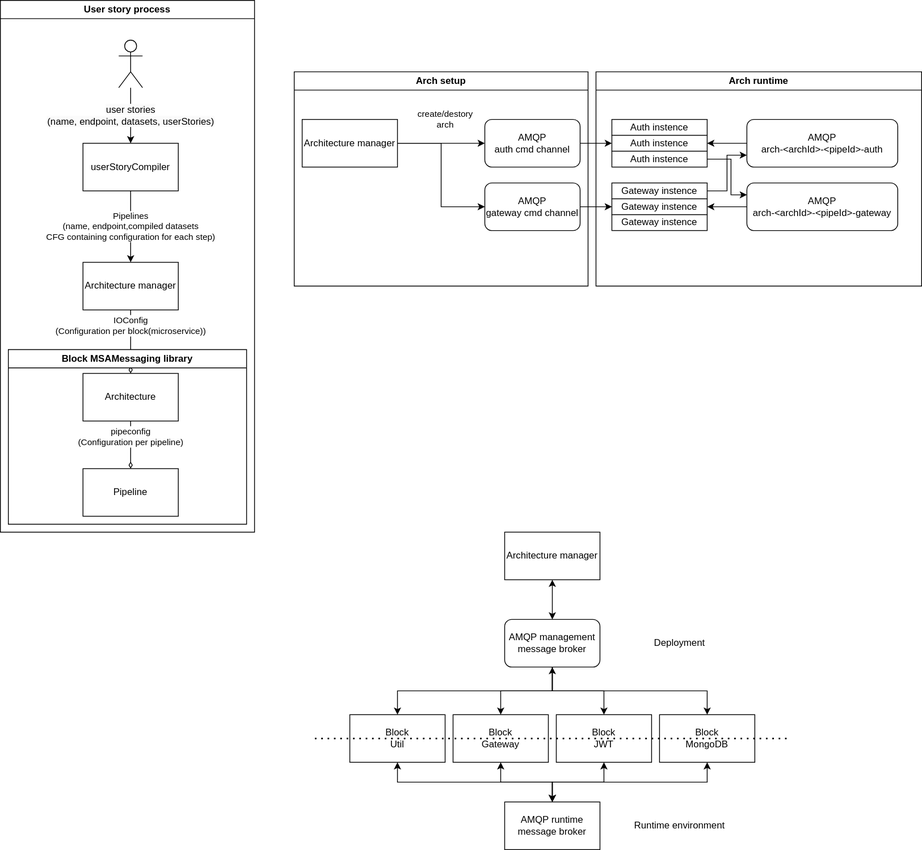
quinten1333/master-thesis keeps this draw.io diagram as architecture.drawio.svg. Above is the earlier version. Source tidied: cells renumbered, new cells last; positions are measured from the earlier drawing's top-left corner, leaving out a move shared by most shapes.
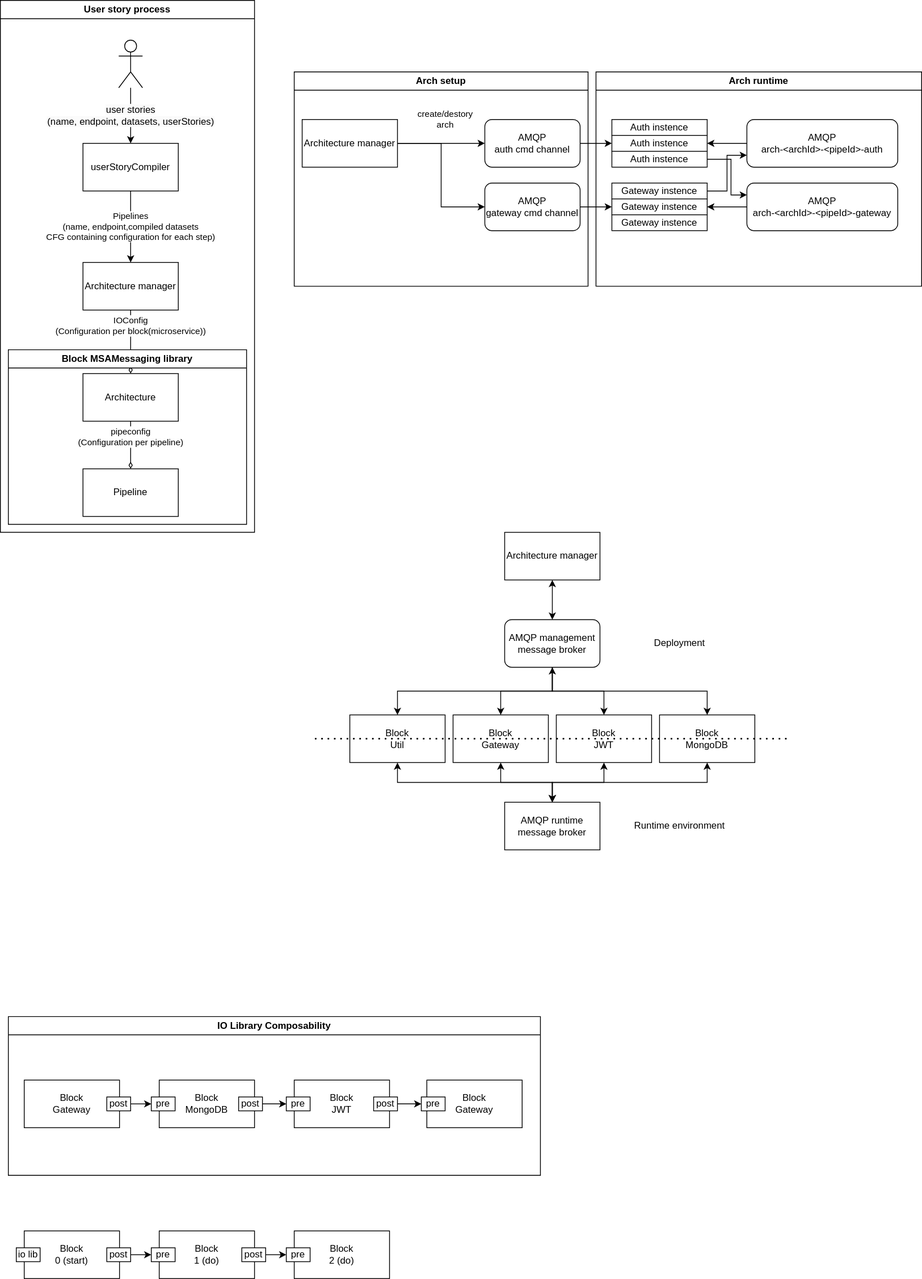
Above is the later version.

Commit message:
Feat: Add IO library composability diagrams

The edit, as a diff of the source:
```diff
@@ -163,5 +163,77 @@
     <mxCell id="52" value="Runtime environment" style="text;html=1;align=center;verticalAlign=middle;strokeColor=none;fillColor=none;" parent="1" vertex="1">
       <mxGeometry x="785" y="1025" width="140" height="30" as="geometry" />
     </mxCell>
+    <mxCell id="53" value="IO Library Composability" style="swimlane;whiteSpace=wrap;html=1;" parent="1" vertex="1">
+      <mxGeometry x="10" y="1280" width="670" height="200" as="geometry" />
+    </mxCell>
+    <mxCell id="54" value="Block&lt;br&gt;Gateway" style="rounded=0;whiteSpace=wrap;html=1;" parent="53" vertex="1">
+      <mxGeometry x="20" y="80" width="120" height="60" as="geometry" />
+    </mxCell>
+    <mxCell id="55" value="Block&lt;br&gt;MongoDB" style="rounded=0;whiteSpace=wrap;html=1;" parent="53" vertex="1">
+      <mxGeometry x="190" y="80" width="120" height="60" as="geometry" />
+    </mxCell>
+    <mxCell id="56" value="Block&lt;br&gt;JWT" style="rounded=0;whiteSpace=wrap;html=1;" parent="53" vertex="1">
+      <mxGeometry x="360" y="80" width="120" height="60" as="geometry" />
+    </mxCell>
+    <mxCell id="57" value="Block&lt;br&gt;Gateway" style="rounded=0;whiteSpace=wrap;html=1;" parent="53" vertex="1">
+      <mxGeometry x="527" y="80" width="120" height="60" as="geometry" />
+    </mxCell>
+    <mxCell id="58" style="edgeStyle=orthogonalEdgeStyle;rounded=0;jettySize=auto;html=1;exitX=1;exitY=0.5;exitDx=0;exitDy=0;entryX=0;entryY=0.5;entryDx=0;entryDy=0;" parent="53" edge="1" source="59" target="60">
+      <mxGeometry relative="1" as="geometry" />
+    </mxCell>
+    <mxCell id="59" value="post" style="rounded=0;whiteSpace=wrap;html=1;" parent="53" vertex="1">
+      <mxGeometry x="124" y="101.2" width="30" height="17.5" as="geometry" />
+    </mxCell>
+    <mxCell id="60" value="pre" style="rounded=0;whiteSpace=wrap;html=1;" parent="53" vertex="1">
+      <mxGeometry x="180" y="101.2" width="30" height="17.5" as="geometry" />
+    </mxCell>
+    <mxCell id="61" style="edgeStyle=orthogonalEdgeStyle;rounded=0;jettySize=auto;html=1;exitX=1;exitY=0.5;exitDx=0;exitDy=0;entryX=0;entryY=0.5;entryDx=0;entryDy=0;" parent="53" edge="1" source="62" target="63">
+      <mxGeometry relative="1" as="geometry" />
+    </mxCell>
+    <mxCell id="62" value="post" style="rounded=0;whiteSpace=wrap;html=1;" parent="53" vertex="1">
+      <mxGeometry x="290" y="101.2" width="30" height="17.5" as="geometry" />
+    </mxCell>
+    <mxCell id="63" value="pre" style="rounded=0;whiteSpace=wrap;html=1;" parent="53" vertex="1">
+      <mxGeometry x="350" y="101.2" width="30" height="17.5" as="geometry" />
+    </mxCell>
+    <mxCell id="64" style="edgeStyle=orthogonalEdgeStyle;rounded=0;jettySize=auto;html=1;exitX=1;exitY=0.5;exitDx=0;exitDy=0;entryX=0;entryY=0.5;entryDx=0;entryDy=0;" parent="53" edge="1" source="65" target="66">
+      <mxGeometry relative="1" as="geometry" />
+    </mxCell>
+    <mxCell id="65" value="post" style="rounded=0;whiteSpace=wrap;html=1;" parent="53" vertex="1">
+      <mxGeometry x="460" y="101.2" width="30" height="17.5" as="geometry" />
+    </mxCell>
+    <mxCell id="66" value="pre" style="rounded=0;whiteSpace=wrap;html=1;" parent="53" vertex="1">
+      <mxGeometry x="520" y="101.2" width="30" height="17.5" as="geometry" />
+    </mxCell>
+    <mxCell id="67" value="Block&lt;br&gt;1 (do)" style="rounded=0;whiteSpace=wrap;html=1;" parent="1" vertex="1">
+      <mxGeometry x="200" y="1550" width="120" height="60" as="geometry" />
+    </mxCell>
+    <mxCell id="68" style="edgeStyle=orthogonalEdgeStyle;rounded=0;jettySize=auto;html=1;exitX=1;exitY=0.5;exitDx=0;exitDy=0;entryX=0;entryY=0.5;entryDx=0;entryDy=0;" parent="1" edge="1" source="69" target="75">
+      <mxGeometry relative="1" as="geometry" />
+    </mxCell>
+    <mxCell id="69" value="post" style="rounded=0;whiteSpace=wrap;html=1;" parent="1" vertex="1">
+      <mxGeometry x="304" y="1571.2" width="30" height="17.5" as="geometry" />
+    </mxCell>
+    <mxCell id="70" value="pre" style="rounded=0;whiteSpace=wrap;html=1;" parent="1" vertex="1">
+      <mxGeometry x="190" y="1571.2" width="30" height="17.5" as="geometry" />
+    </mxCell>
+    <mxCell id="71" value="Block&lt;br&gt;0 (start)" style="rounded=0;whiteSpace=wrap;html=1;" parent="1" vertex="1">
+      <mxGeometry x="30" y="1550" width="120" height="60" as="geometry" />
+    </mxCell>
+    <mxCell id="72" style="edgeStyle=orthogonalEdgeStyle;rounded=0;jettySize=auto;html=1;exitX=1;exitY=0.5;exitDx=0;exitDy=0;entryX=0;entryY=0.5;entryDx=0;entryDy=0;" parent="1" edge="1" source="73" target="70">
+      <mxGeometry relative="1" as="geometry" />
+    </mxCell>
+    <mxCell id="73" value="post" style="rounded=0;whiteSpace=wrap;html=1;" parent="1" vertex="1">
+      <mxGeometry x="134" y="1571.2" width="30" height="17.5" as="geometry" />
+    </mxCell>
+    <mxCell id="74" value="Block&lt;br&gt;2 (do)" style="rounded=0;whiteSpace=wrap;html=1;" parent="1" vertex="1">
+      <mxGeometry x="370" y="1550" width="120" height="60" as="geometry" />
+    </mxCell>
+    <mxCell id="75" value="pre" style="rounded=0;whiteSpace=wrap;html=1;" parent="1" vertex="1">
+      <mxGeometry x="360" y="1571.2" width="30" height="17.5" as="geometry" />
+    </mxCell>
+    <mxCell id="76" value="io lib" style="rounded=0;whiteSpace=wrap;html=1;" parent="1" vertex="1">
+      <mxGeometry x="20" y="1571.2" width="30" height="17.5" as="geometry" />
+    </mxCell>
   </root>
 </mxGraphModel>
```
